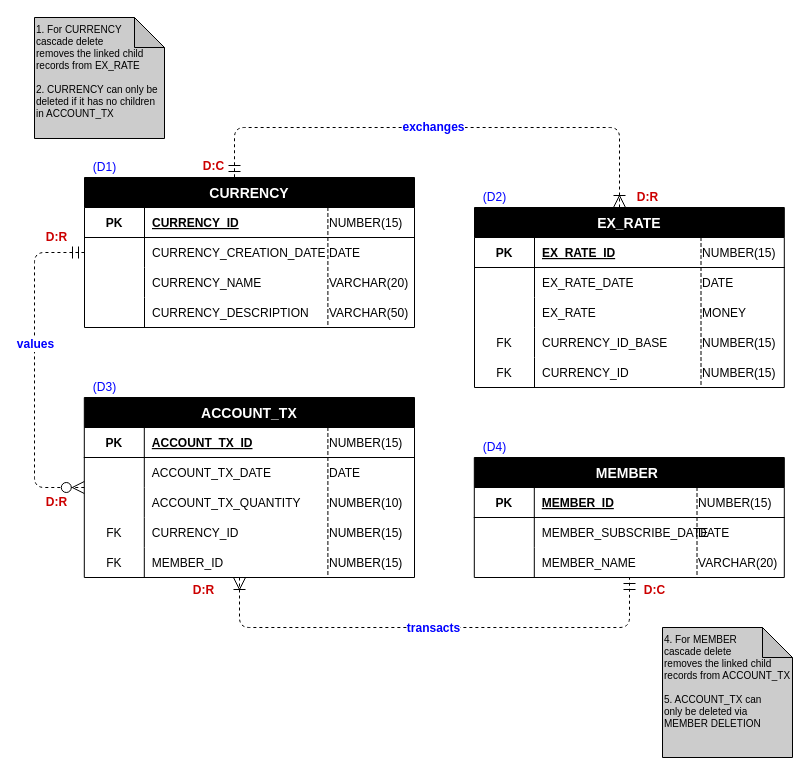
Earlier version of the draw.io diagram page "ERD" (1 of 3) of Docs/Diagrams.drawio (TanyaHendricks/accountsystem). Source tidied: cells renumbered, new cells numbered last; positions are measured from the earlier drawing's top-left corner, leaving out a move shared by most shapes. Both pictures are drawn from the tidied source at 100%, with x=0, y=0 at pixel (34, 17).
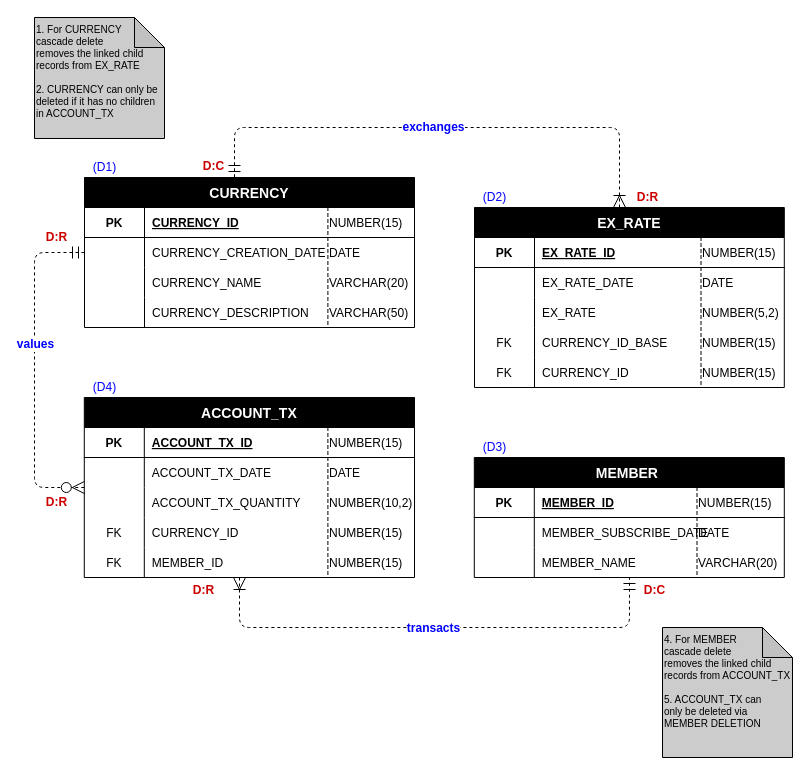
The same page after the edit.

The change refers to these unchanged cells:
```xml
<mxCell id="5" style="group;" parent="2" vertex="1">
  <mxGeometry y="110" width="749.8" height="500" as="geometry" />
</mxCell>
<mxCell id="6" style="group;fontFamily=Century Gothic;labelBackgroundColor=none;fillColor=default;" parent="5" vertex="1">
  <mxGeometry x="440" y="80" width="309.8" height="180" as="geometry" />
</mxCell>
```

Change to the diagram source:
```diff
@@
-    <mxCell id="25" value="MONEY" style="shape=partialRectangle;fillColor=none;align=left;verticalAlign=middle;strokeColor=none;spacingLeft=34;fontFamily=Century Gothic;" parent="6" vertex="1">
+    <mxCell id="25" value="NUMBER(5,2)" style="shape=partialRectangle;fillColor=none;align=left;verticalAlign=middle;strokeColor=none;spacingLeft=34;fontFamily=Century Gothic;" parent="6" vertex="1">
       <mxGeometry x="192.1" y="90" width="103.3" height="30" as="geometry" />
     </mxCell>
@@
-    <mxCell id="37" value="(D3)" style="text;html=1;align=center;verticalAlign=middle;strokeColor=none;fillColor=none;fontColor=#0000FF;fontFamily=Century Gothic;" parent="5" vertex="1">
+    <mxCell id="37" value="(D4)" style="text;html=1;align=center;verticalAlign=middle;strokeColor=none;fillColor=none;fontColor=#0000FF;fontFamily=Century Gothic;" parent="5" vertex="1">
       <mxGeometry x="50" y="250" width="40" height="20" as="geometry" />
     </mxCell>
@@
-    <mxCell id="60" value="NUMBER(10)" style="shape=partialRectangle;fillColor=none;align=left;verticalAlign=middle;strokeColor=none;spacingLeft=34;fontFamily=Century Gothic;" parent="5" vertex="1">
+    <mxCell id="60" value="NUMBER(10,2)" style="shape=partialRectangle;fillColor=none;align=left;verticalAlign=middle;strokeColor=none;spacingLeft=34;fontFamily=Century Gothic;" parent="5" vertex="1">
       <mxGeometry x="259" y="360" width="103.3" height="30" as="geometry" />
     </mxCell>
@@
-    <mxCell id="95" value="(D4)" style="text;html=1;align=center;verticalAlign=middle;strokeColor=none;fillColor=none;fontColor=#0000FF;fontFamily=Century Gothic;" parent="5" vertex="1">
+    <mxCell id="95" value="(D3)" style="text;html=1;align=center;verticalAlign=middle;strokeColor=none;fillColor=none;fontColor=#0000FF;fontFamily=Century Gothic;" parent="5" vertex="1">
       <mxGeometry x="440" y="310" width="40" height="20" as="geometry" />
     </mxCell>
```
